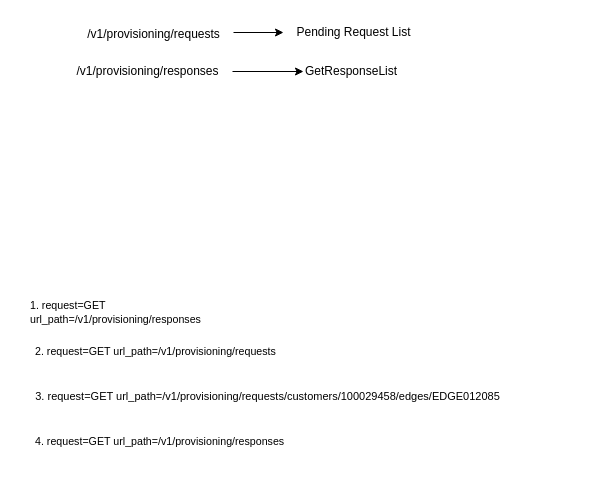
The draw.io diagram Untitled Diagram.drawio in karanorsingh/Algorithms, before the edit. Source tidied: cells renumbered, new cells numbered last; positions are measured from the earlier drawing's top-left corner, leaving out a move shared by most shapes. Both pictures are drawn from the tidied source at 100%, with x=0, y=0 at pixel (22, 17).
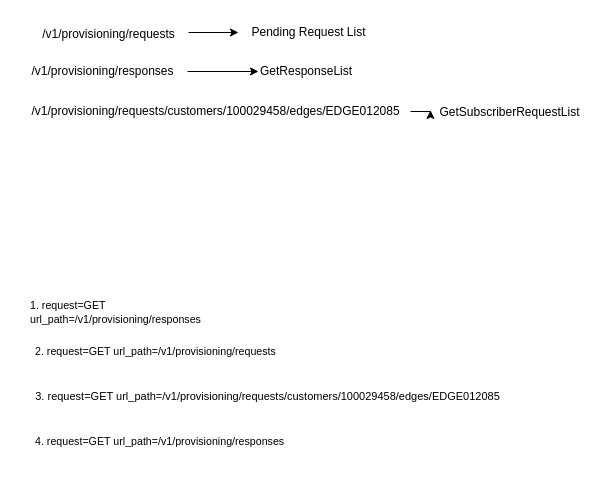
Above is the later version.

What changed in the source:
```diff
@@
 <mxGraphModel>
   <root>
     <mxCell id="0" />
     <mxCell id="1" parent="0" />
     <mxCell id="2" value="Pending Request List" style="text;html=1;align=center;verticalAlign=middle;points=[];strokeColor=none;fillColor=none;" parent="1" vertex="1">
-      <mxGeometry x="261" width="140" height="30" as="geometry" />
+      <mxGeometry x="216" width="140" height="30" as="geometry" />
     </mxCell>
     <mxCell id="3" style="edgeStyle=orthogonalEdgeStyle;rounded=0;jettySize=auto;html=1;" parent="1" edge="1" source="4" target="2">
       <mxGeometry relative="1" as="geometry" />
     </mxCell>
     <mxCell id="4" value="/v1/provisioning/requests&lt;span style=&quot;font-size: medium; text-align: start;&quot;&gt;&lt;/span&gt;" style="text;html=1;align=center;verticalAlign=middle;points=[];strokeColor=none;fillColor=none;" parent="1" vertex="1">
-      <mxGeometry x="51" width="160" height="30" as="geometry" />
+      <mxGeometry x="6" width="160" height="30" as="geometry" />
     </mxCell>
     <mxCell id="5" style="edgeStyle=orthogonalEdgeStyle;rounded=0;jettySize=auto;html=1;" parent="1" edge="1" source="6" target="7">
       <mxGeometry relative="1" as="geometry" />
     </mxCell>
     <mxCell id="6" value="/v1/provisioning/responses" style="text;html=1;align=center;verticalAlign=middle;points=[];strokeColor=none;fillColor=none;" parent="1" vertex="1">
-      <mxGeometry x="40" y="39" width="170" height="30" as="geometry" />
+      <mxGeometry x="-5" y="39" width="170" height="30" as="geometry" />
     </mxCell>
     <mxCell id="7" value="GetResponseList" style="text;html=1;align=left;verticalAlign=middle;points=[];strokeColor=none;fillColor=none;" parent="1" vertex="1">
-      <mxGeometry x="281" y="39" width="120" height="30" as="geometry" />
+      <mxGeometry x="236" y="39" width="120" height="30" as="geometry" />
     </mxCell>
     <mxCell id="8" value="&lt;div style=&quot;font-size: 11px;&quot;&gt;&lt;font style=&quot;font-size: 11px;&quot;&gt;3. request=GET url_path=/v1/provisioning/requests/customers/100029458/edges/EDGE012085&lt;/font&gt;&lt;/div&gt;&lt;div style=&quot;font-size: 11px;&quot;&gt;&lt;br&gt;&lt;/div&gt;" style="text;html=1;align=center;verticalAlign=middle;strokeColor=none;fillColor=none;" parent="1" vertex="1">
       <mxGeometry y="366" width="490" height="40" as="geometry" />
     </mxCell>
     <mxCell id="9" value="&lt;span lang=&quot;EN-GB&quot; style=&quot;font-size:8.0pt;font-family:AppleSystemUIFont;&lt;br/&gt;mso-fareast-font-family:Calibri;mso-fareast-theme-font:minor-latin;mso-bidi-font-family:&lt;br/&gt;AppleSystemUIFont;mso-font-kerning:0pt;mso-ansi-language:EN-GB;mso-fareast-language:&lt;br/&gt;EN-US;mso-bidi-language:AR-SA&quot;&gt;1. request=GET url_path=/&lt;span style=&quot;background:&lt;br/&gt;yellow;mso-highlight:yellow&quot;&gt;v1/provisioning/responses&lt;/span&gt;&lt;/span&gt;" style="text;whiteSpace=wrap;html=1;" parent="1" vertex="1">
       <mxGeometry x="6" y="274" width="250" height="40" as="geometry" />
     </mxCell>
     <mxCell id="10" value="&lt;span lang=&quot;EN-GB&quot; style=&quot;font-size:8.0pt;font-family:AppleSystemUIFont;&lt;br/&gt;mso-fareast-font-family:Calibri;mso-fareast-theme-font:minor-latin;mso-bidi-font-family:&lt;br/&gt;AppleSystemUIFont;mso-font-kerning:0pt;mso-ansi-language:EN-GB;mso-fareast-language:&lt;br/&gt;EN-US;mso-bidi-language:AR-SA&quot;&gt;&lt;span style=&quot;mso-spacerun:yes&quot;&gt;2.&amp;nbsp;&lt;/span&gt;request=GET url_path&lt;span style=&quot;background:&lt;br/&gt;yellow;mso-highlight:yellow&quot;&gt;=/v1/provisioning/requests&lt;/span&gt;&lt;/span&gt;" style="text;whiteSpace=wrap;html=1;" parent="1" vertex="1">
       <mxGeometry x="11" y="320" width="245" height="40" as="geometry" />
     </mxCell>
     <mxCell id="11" value="&lt;span lang=&quot;EN-US&quot; style=&quot;font-size:8.0pt;font-family:&amp;quot;Calibri&amp;quot;,sans-serif;&lt;br/&gt;mso-ascii-theme-font:minor-latin;mso-fareast-font-family:Calibri;mso-fareast-theme-font:&lt;br/&gt;minor-latin;mso-hansi-theme-font:minor-latin;mso-bidi-font-family:&amp;quot;Times New Roman&amp;quot;;&lt;br/&gt;mso-bidi-theme-font:minor-bidi;mso-ansi-language:EN-US;mso-fareast-language:&lt;br/&gt;EN-US;mso-bidi-language:AR-SA&quot;&gt;4. request=GET url_path=/v1/provisioning/responses&lt;/span&gt;" style="text;whiteSpace=wrap;html=1;" parent="1" vertex="1">
       <mxGeometry x="11" y="410" width="270" height="40" as="geometry" />
     </mxCell>
+    <mxCell id="12" value="GetSubscriberRequestList&lt;span style=&quot;font-size: medium; text-align: start;&quot;&gt;&lt;/span&gt;" style="text;html=1;align=center;verticalAlign=middle;points=[];strokeColor=none;fillColor=none;" parent="1" vertex="1">
+      <mxGeometry x="407" y="78" width="160" height="30" as="geometry" />
+    </mxCell>
+    <mxCell id="13" style="edgeStyle=orthogonalEdgeStyle;rounded=0;jettySize=auto;html=1;" parent="1" edge="1" source="14" target="12">
+      <mxGeometry relative="1" as="geometry" />
+    </mxCell>
+    <mxCell id="14" value="/v1/provisioning/requests/customers/100029458/edges/EDGE012085" style="text;html=1;align=center;verticalAlign=middle;points=[];strokeColor=none;fillColor=none;" parent="1" vertex="1">
+      <mxGeometry x="-2" y="79" width="390" height="30" as="geometry" />
+    </mxCell>
   </root>
 </mxGraphModel>
```
